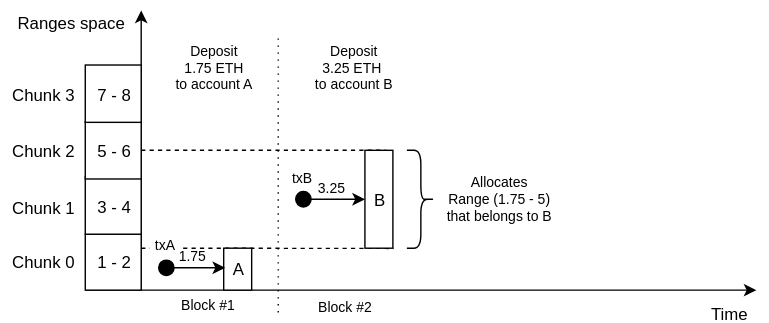
This is deposits.svg from artall64/tmp-isao-images, a draw.io export, as it was before one commit. Source tidied: cells renumbered, new cells last; positions are measured from the earlier drawing's top-left corner, leaving out a move shared by most shapes.
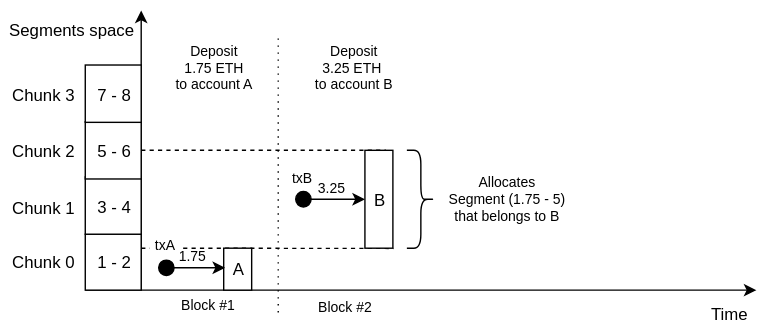
After the change.

Change to the diagram source:
```diff
@@ -93,14 +93,14 @@
     <mxCell id="27" value="Time" style="text;html=1;align=left;verticalAlign=top;spacingTop=-4;fontSize=12;fontColor=#000000;" parent="1" vertex="1">
       <mxGeometry x="505.5" y="208" width="40" height="10" as="geometry" />
     </mxCell>
-    <mxCell id="28" value="Ranges space" style="text;html=1;align=left;verticalAlign=top;spacingTop=-4;fontSize=12;fontColor=#000000;" parent="1" vertex="1">
-      <mxGeometry x="10" width="90" height="20" as="geometry" />
+    <mxCell id="28" value="Segments space" style="text;html=1;align=left;verticalAlign=top;spacingTop=-4;fontSize=12;fontColor=#000000;" parent="1" vertex="1">
+      <mxGeometry x="4" y="4.5" width="100" height="20" as="geometry" />
     </mxCell>
     <mxCell id="29" style="shape=curlyBracket;whiteSpace=wrap;html=1;rounded=1;strokeColor=#000000;fillColor=#000000;gradientColor=none;fontSize=50;fontColor=#000000;rotation=-180;" parent="1" vertex="1">
       <mxGeometry x="290" y="100" width="20" height="70" as="geometry" />
     </mxCell>
-    <mxCell id="30" value="Allocates&lt;br style=&quot;font-size: 10px;&quot;&gt;Range (1.75 - 5)&lt;br style=&quot;font-size: 10px;&quot;&gt;that belongs to B&lt;br style=&quot;font-size: 10px;&quot;&gt;" style="text;html=1;strokeColor=none;fillColor=none;align=center;verticalAlign=middle;whiteSpace=wrap;rounded=0;fontSize=10;fontColor=#000000;" parent="1" vertex="1">
-      <mxGeometry x="312.5" y="115" width="85" height="40" as="geometry" />
+    <mxCell id="30" value="Allocates&lt;br style=&quot;font-size: 10px&quot;&gt;Segment (1.75 - 5)&lt;br style=&quot;font-size: 10px&quot;&gt;that belongs to B&lt;br style=&quot;font-size: 10px&quot;&gt;" style="text;html=1;strokeColor=none;fillColor=none;align=center;verticalAlign=middle;whiteSpace=wrap;rounded=0;fontSize=10;fontColor=#000000;" parent="1" vertex="1">
+      <mxGeometry x="313" y="115" width="98" height="40" as="geometry" />
     </mxCell>
     <mxCell id="31" value="txB" style="text;html=1;strokeColor=none;fillColor=none;align=center;verticalAlign=middle;whiteSpace=wrap;rounded=0;fontSize=10;fontColor=#000000;" parent="1" vertex="1">
       <mxGeometry x="203.5" y="110" width="23" height="20" as="geometry" />
```
